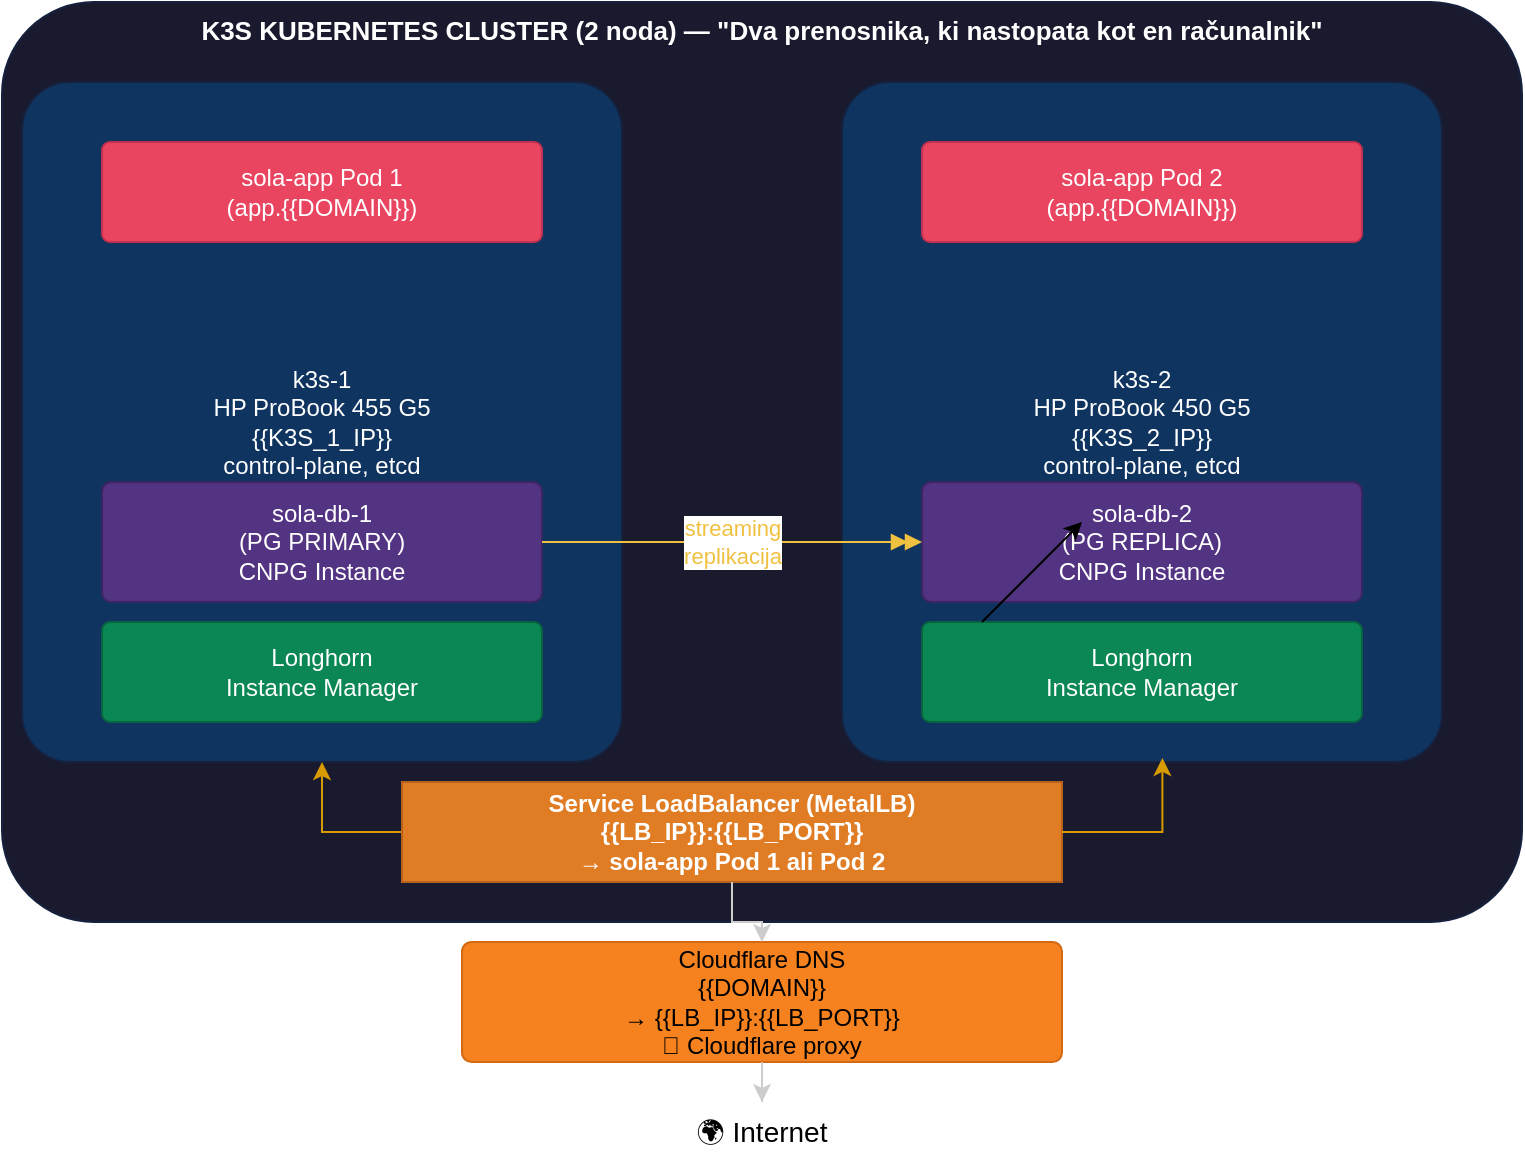
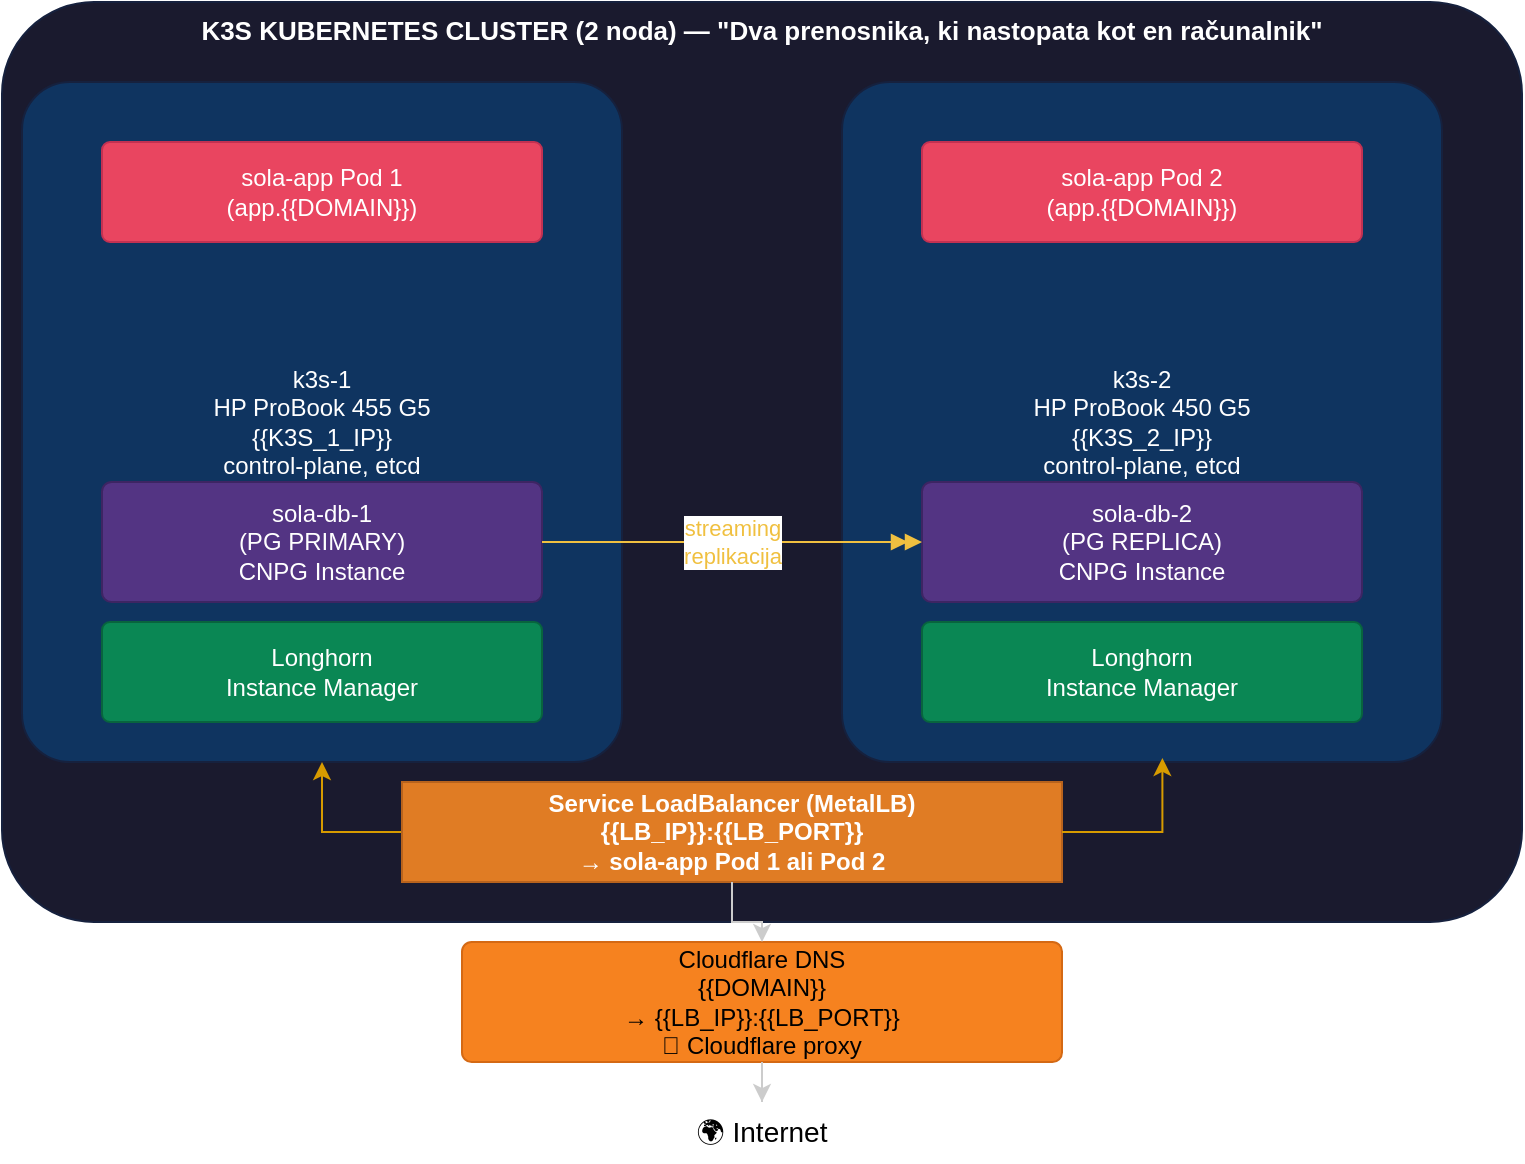
<mxfile host="app.diagrams.net" agent="Mozilla/5.0">
  <diagram id="main" name="K3S Cluster Architecture">
    <mxGraphModel dx="1081" dy="610" grid="1" gridSize="10" guides="1" tooltips="1" connect="1" arrows="1" fold="1" page="0" pageScale="1" pageWidth="1100" pageHeight="850" math="0" shadow="0">
      <root>
        <mxCell id="0" />
        <mxCell id="1" parent="0" />
        <mxCell id="cbox" parent="1" style="rounded=1;whiteSpace=wrap;html=1;fillColor=#1a1a2e;fontColor=#ffffff;strokeColor=#16213e;arcSize=10;verticalAlign=top;align=center;fontStyle=1;fontSize=13;" value="K3S KUBERNETES CLUSTER (2 noda) — &quot;Dva prenosnika, ki nastopata kot en računalnik&quot;" vertex="1">
          <mxGeometry height="460" width="760" x="20" y="30" as="geometry" />
        </mxCell>
        <mxCell id="n1" parent="1" style="rounded=1;whiteSpace=wrap;html=1;fillColor=#0f3460;fontColor=#ffffff;strokeColor=#16213e;arcSize=8;" value="k3s-1&#xa;HP ProBook 455 G5&#xa;{{K3S_1_IP}}&#xa;control-plane, etcd" vertex="1">
          <mxGeometry height="340" width="300" x="30" y="70" as="geometry" />
        </mxCell>
        <mxCell id="n2" parent="1" style="rounded=1;whiteSpace=wrap;html=1;fillColor=#0f3460;fontColor=#ffffff;strokeColor=#16213e;arcSize=8;" value="k3s-2&#xa;HP ProBook 450 G5&#xa;{{K3S_2_IP}}&#xa;control-plane, etcd" vertex="1">
          <mxGeometry height="340" width="300" x="440" y="70" as="geometry" />
        </mxCell>
        <mxCell id="p1" parent="1" style="rounded=1;whiteSpace=wrap;html=1;fillColor=#e94560;fontColor=#ffffff;strokeColor=#c23152;arcSize=8;" value="sola-app Pod 1&#xa;(app.{{DOMAIN}})" vertex="1">
          <mxGeometry height="50" width="220" x="70" y="100" as="geometry" />
        </mxCell>
        <mxCell id="p2" parent="1" style="rounded=1;whiteSpace=wrap;html=1;fillColor=#e94560;fontColor=#ffffff;strokeColor=#c23152;arcSize=8;" value="sola-app Pod 2&#xa;(app.{{DOMAIN}})" vertex="1">
          <mxGeometry height="50" width="220" x="480" y="100" as="geometry" />
        </mxCell>
        <mxCell id="db1" parent="1" style="rounded=1;whiteSpace=wrap;html=1;fillColor=#533483;fontColor=#ffffff;strokeColor=#3d2563;arcSize=8;" value="sola-db-1&#xa;(PG PRIMARY)&#xa;CNPG Instance" vertex="1">
          <mxGeometry height="60" width="220" x="70" y="270" as="geometry" />
        </mxCell>
        <mxCell id="db2" parent="1" style="rounded=1;whiteSpace=wrap;html=1;fillColor=#533483;fontColor=#ffffff;strokeColor=#3d2563;arcSize=8;" value="sola-db-2&#xa;(PG REPLICA)&#xa;CNPG Instance" vertex="1">
          <mxGeometry height="60" width="220" x="480" y="270" as="geometry" />
        </mxCell>
        <mxCell id="lh1" parent="1" style="rounded=1;whiteSpace=wrap;html=1;fillColor=#0a8754;fontColor=#ffffff;strokeColor=#08643e;arcSize=8;" value="Longhorn&#xa;Instance Manager" vertex="1">
          <mxGeometry height="50" width="220" x="70" y="340" as="geometry" />
        </mxCell>
        <mxCell id="lh2" parent="1" style="rounded=1;whiteSpace=wrap;html=1;fillColor=#0a8754;fontColor=#ffffff;strokeColor=#08643e;arcSize=8;" value="Longhorn&#xa;Instance Manager" vertex="1">
          <mxGeometry height="50" width="220" x="480" y="340" as="geometry" />
        </mxCell>
        <mxCell id="repl" edge="1" parent="1" source="db1" style="edgeStyle=orthogonalEdgeStyle;rounded=0;orthogonalLoop=1;jettySize=auto;html=1;endArrow=doubleBlock;endFill=1;strokeColor=#f0c040;fontColor=#f0c040;fontSize=11;" target="db2" value="streaming&#xa;replikacija">
          <mxGeometry relative="1" as="geometry">
            <mxPoint x="320" y="260" as="sourcePoint" />
            <mxPoint x="480" y="260" as="targetPoint" />
          </mxGeometry>
        </mxCell>
        <mxCell id="ZIEZwyrNi8kJw6bfglk--6" edge="1" parent="1" source="mlb" style="edgeStyle=orthogonalEdgeStyle;rounded=0;orthogonalLoop=1;jettySize=auto;html=1;exitX=0;exitY=0.25;exitDx=0;exitDy=0;fillColor=#ffe6cc;strokeColor=#d79b00;" target="n1">
          <mxGeometry relative="1" as="geometry">
            <Array as="points">
              <mxPoint x="220" y="445" />
              <mxPoint x="180" y="445" />
            </Array>
          </mxGeometry>
        </mxCell>
        <mxCell id="mlb" parent="1" style="rounded=1;whiteSpace=wrap;html=1;fillColor=#e07c24;fontColor=#ffffff;strokeColor=#b8631d;arcSize=0;fontStyle=1;" value="Service LoadBalancer (MetalLB)&#xa;{{LB_IP}}:{{LB_PORT}}&#xa;→ sola-app Pod 1 ali Pod 2" vertex="1">
          <mxGeometry height="50" width="330" x="220" y="420" as="geometry" />
        </mxCell>
        <mxCell id="cf" parent="1" style="rounded=1;whiteSpace=wrap;html=1;fillColor=#f6821f;fontColor=#000000;strokeColor=#d46914;arcSize=8;" value="Cloudflare DNS&#xa;{{DOMAIN}}&#xa;→ {{LB_IP}}:{{LB_PORT}}&#xa;📡 Cloudflare proxy" vertex="1">
          <mxGeometry height="60" width="300" x="250" y="500" as="geometry" />
        </mxCell>
        <mxCell id="inet" parent="1" style="text;html=1;strokeColor=none;fillColor=none;align=center;verticalAlign=middle;whiteSpace=wrap;fontSize=14;fontStyle=0;" value="🌍 Internet" vertex="1">
          <mxGeometry height="30" width="100" x="350" y="580" as="geometry" />
        </mxCell>
        <mxCell id="a3" edge="1" parent="1" source="mlb" style="edgeStyle=orthogonalEdgeStyle;rounded=0;orthogonalLoop=1;jettySize=auto;html=1;strokeColor=#cccccc;" target="cf">
          <mxGeometry relative="1" as="geometry" />
        </mxCell>
        <mxCell id="a4" edge="1" parent="1" source="cf" style="edgeStyle=orthogonalEdgeStyle;rounded=0;orthogonalLoop=1;jettySize=auto;html=1;strokeColor=#cccccc;" target="inet">
          <mxGeometry relative="1" as="geometry" />
        </mxCell>
-         <mxCell id="ZIEZwyrNi8kJw6bfglk--20" edge="1" parent="1" style="endArrow=classic;html=1;rounded=0;" value="">
-           <mxGeometry height="50" relative="1" width="50" as="geometry">
-             <mxPoint x="510" y="340" as="sourcePoint" />
-             <mxPoint x="560" y="290" as="targetPoint" />
-           </mxGeometry>
-         </mxCell>
        <mxCell id="ZIEZwyrNi8kJw6bfglk--21" edge="1" parent="1" source="mlb" style="edgeStyle=orthogonalEdgeStyle;rounded=0;orthogonalLoop=1;jettySize=auto;html=1;exitX=1;exitY=0.5;exitDx=0;exitDy=0;entryX=0.534;entryY=0.994;entryDx=0;entryDy=0;entryPerimeter=0;fillColor=#ffe6cc;strokeColor=#d79b00;" target="n2">
          <mxGeometry relative="1" as="geometry" />
        </mxCell>
      </root>
    </mxGraphModel>
  </diagram>
</mxfile>
